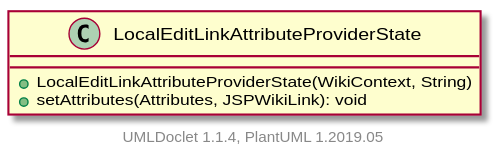
Before: apidocs/2.11.0.M7-SNAPSHOT/org/apache/wiki/markdown/extensions/jspwikilinks/attributeprovider/LocalEditLinkAttributeProviderState.svg, a diagram exported from PlantUML (apache/jspwiki-site).
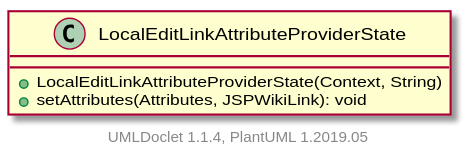
Later version of the same file.

What changed in the source:
```diff
@@ -1,7 +1,7 @@
 @startuml
 
     class LocalEditLinkAttributeProviderState [[LocalEditLinkAttributeProviderState.html]] {
-        +LocalEditLinkAttributeProviderState(WikiContext, String)
+        +LocalEditLinkAttributeProviderState(Context, String)
         +setAttributes(Attributes, JSPWikiLink): void
     }
 
```
